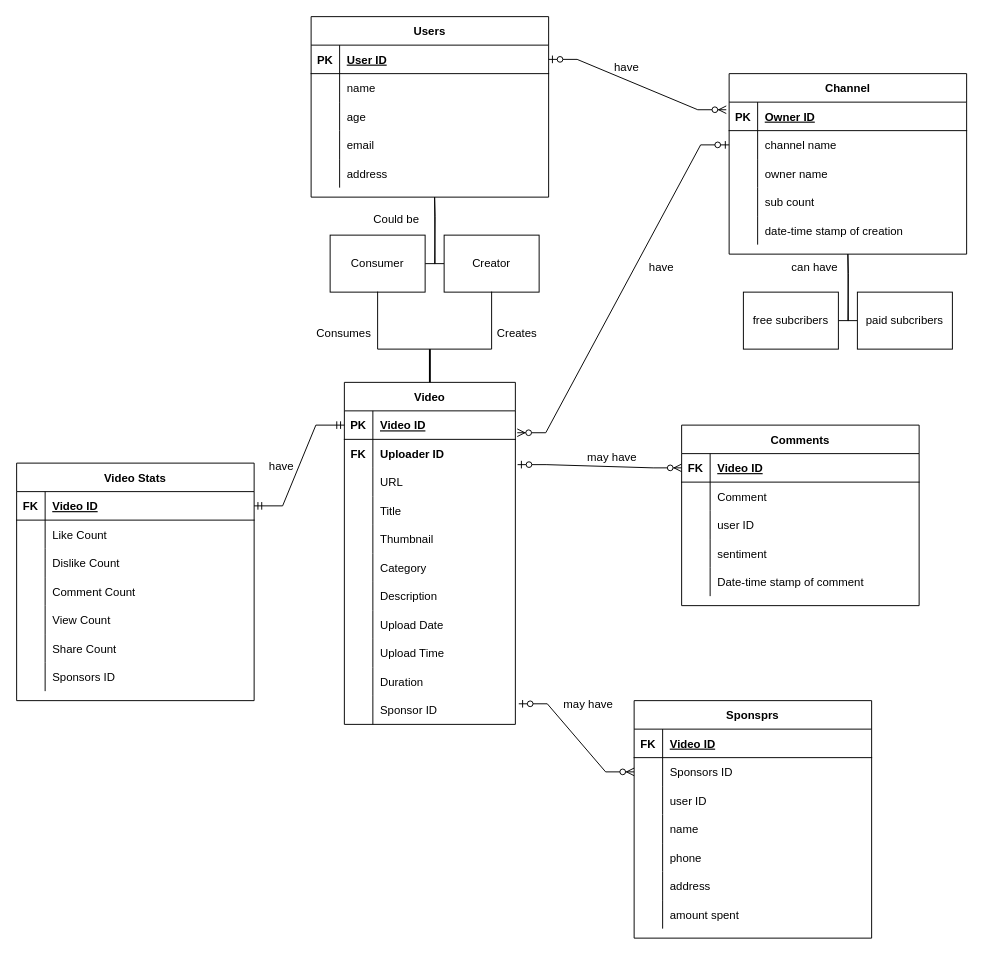
Shreyansh-code/ER-Diagram-Youtube keeps this draw.io diagram as Untitled Diagram.drawio. Above is the earlier version. Source tidied: cells renumbered, new cells numbered last; positions are measured from the earlier drawing's top-left corner, leaving out a move shared by most shapes. Both pictures are drawn from the tidied source at 95%, with x=0, y=0 at pixel (16, 16).
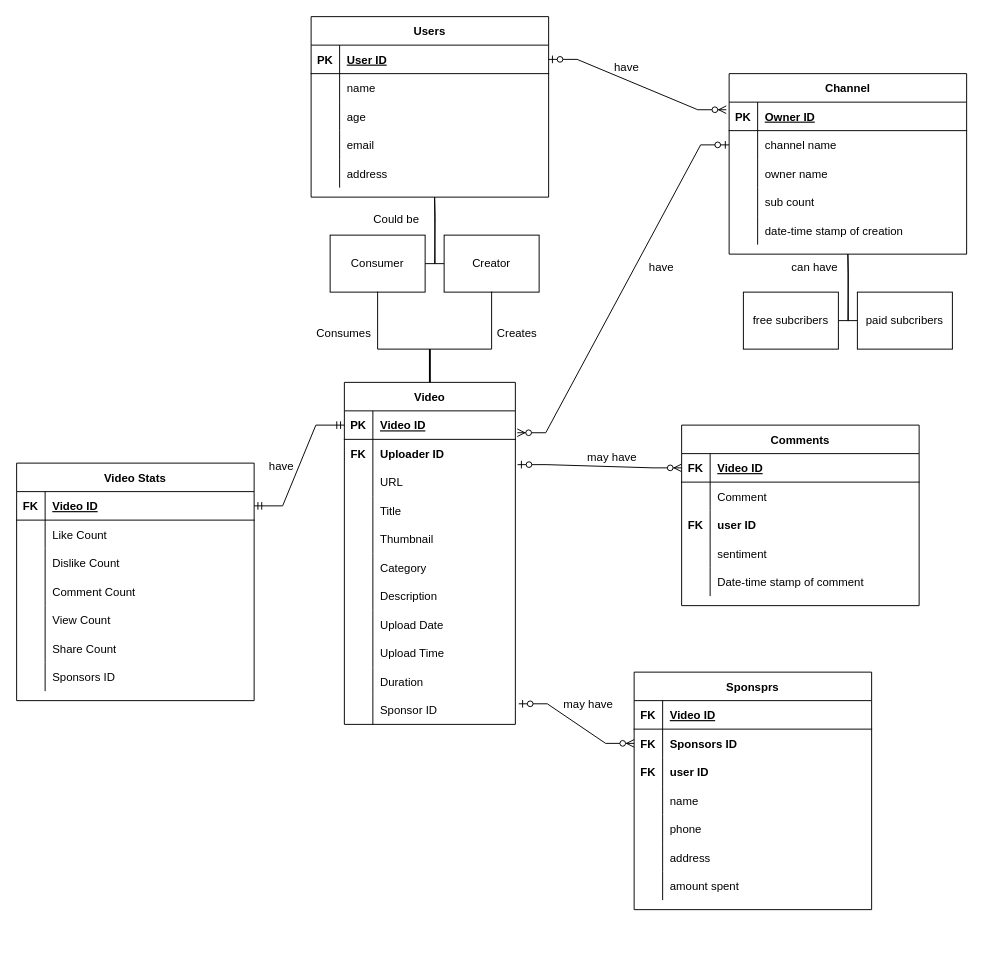
After the change.

Unchanged cells that the change refers to:
```xml
<mxCell id="97" style="shape=partialRectangle;fillColor=none;top=0;left=0;right=0;bottom=0;" parent="90" vertex="1">
  <mxGeometry y="90" width="250" height="30" as="geometry" />
</mxCell>
<mxCell id="110" style="shape=partialRectangle;fillColor=none;points=[[0,0.5],[1,0.5]];portConstraint=eastwest;top=0;left=0;right=0;bottom=0;" parent="106" vertex="1">
  <mxGeometry y="60" width="250" height="30" as="geometry" />
</mxCell>
<mxCell id="113" style="shape=partialRectangle;fillColor=none;top=0;left=0;right=0;bottom=0;" parent="106" vertex="1">
  <mxGeometry y="90" width="250" height="30" as="geometry" />
</mxCell>
```

Change to the diagram source:
```diff
@@
-    <mxCell id="98" style="shape=partialRectangle;overflow=hidden;fillColor=none;top=0;left=0;bottom=0;right=0;fontStyle=1;" parent="97" vertex="1">
+    <mxCell id="98" value="FK" style="shape=partialRectangle;overflow=hidden;fillColor=none;top=0;left=0;bottom=0;right=0;fontStyle=1;" parent="97" vertex="1">
       <mxGeometry width="30" height="30" as="geometry" />
     </mxCell>
-    <mxCell id="99" value="user ID" style="shape=partialRectangle;overflow=hidden;fillColor=none;top=0;left=0;bottom=0;right=0;align=left;spacingLeft=6;fontStyle=0;" parent="97" vertex="1">
+    <mxCell id="99" value="user ID" style="shape=partialRectangle;overflow=hidden;fillColor=none;top=0;left=0;bottom=0;right=0;align=left;spacingLeft=6;fontStyle=1;" parent="97" vertex="1">
       <mxGeometry x="30" width="220" height="30" as="geometry" />
     </mxCell>
@@
     <mxCell id="106" value="Sponsprs" style="shape=table;startSize=30;childLayout=tableLayout;rowLines=0;fontStyle=1;align=center;" parent="1" vertex="1">
-      <mxGeometry x="650" y="720" width="250" height="250" as="geometry" />
+      <mxGeometry x="650" y="690" width="250" height="250" as="geometry" />
     </mxCell>
@@
-    <mxCell id="111" style="shape=partialRectangle;overflow=hidden;fillColor=none;top=0;left=0;bottom=0;right=0;fontStyle=1;" parent="110" vertex="1">
+    <mxCell id="111" value="FK" style="shape=partialRectangle;overflow=hidden;fillColor=none;top=0;left=0;bottom=0;right=0;fontStyle=1;" parent="110" vertex="1">
       <mxGeometry width="30" height="30" as="geometry" />
     </mxCell>
-    <mxCell id="112" value="Sponsors ID" style="shape=partialRectangle;overflow=hidden;fillColor=none;top=0;left=0;bottom=0;right=0;align=left;spacingLeft=6;fontStyle=0;" parent="110" vertex="1">
+    <mxCell id="112" value="Sponsors ID" style="shape=partialRectangle;overflow=hidden;fillColor=none;top=0;left=0;bottom=0;right=0;align=left;spacingLeft=6;fontStyle=1;" parent="110" vertex="1">
       <mxGeometry x="30" width="220" height="30" as="geometry" />
     </mxCell>
@@
-    <mxCell id="114" style="shape=partialRectangle;overflow=hidden;fillColor=none;top=0;left=0;bottom=0;right=0;fontStyle=1;" parent="113" vertex="1">
+    <mxCell id="114" value="FK" style="shape=partialRectangle;overflow=hidden;fillColor=none;top=0;left=0;bottom=0;right=0;fontStyle=1;" parent="113" vertex="1">
       <mxGeometry width="30" height="30" as="geometry" />
     </mxCell>
-    <mxCell id="115" value="user ID" style="shape=partialRectangle;overflow=hidden;fillColor=none;top=0;left=0;bottom=0;right=0;align=left;spacingLeft=6;fontStyle=0;" parent="113" vertex="1">
+    <mxCell id="115" value="user ID" style="shape=partialRectangle;overflow=hidden;fillColor=none;top=0;left=0;bottom=0;right=0;align=left;spacingLeft=6;fontStyle=1;" parent="113" vertex="1">
       <mxGeometry x="30" width="220" height="30" as="geometry" />
     </mxCell>
```
